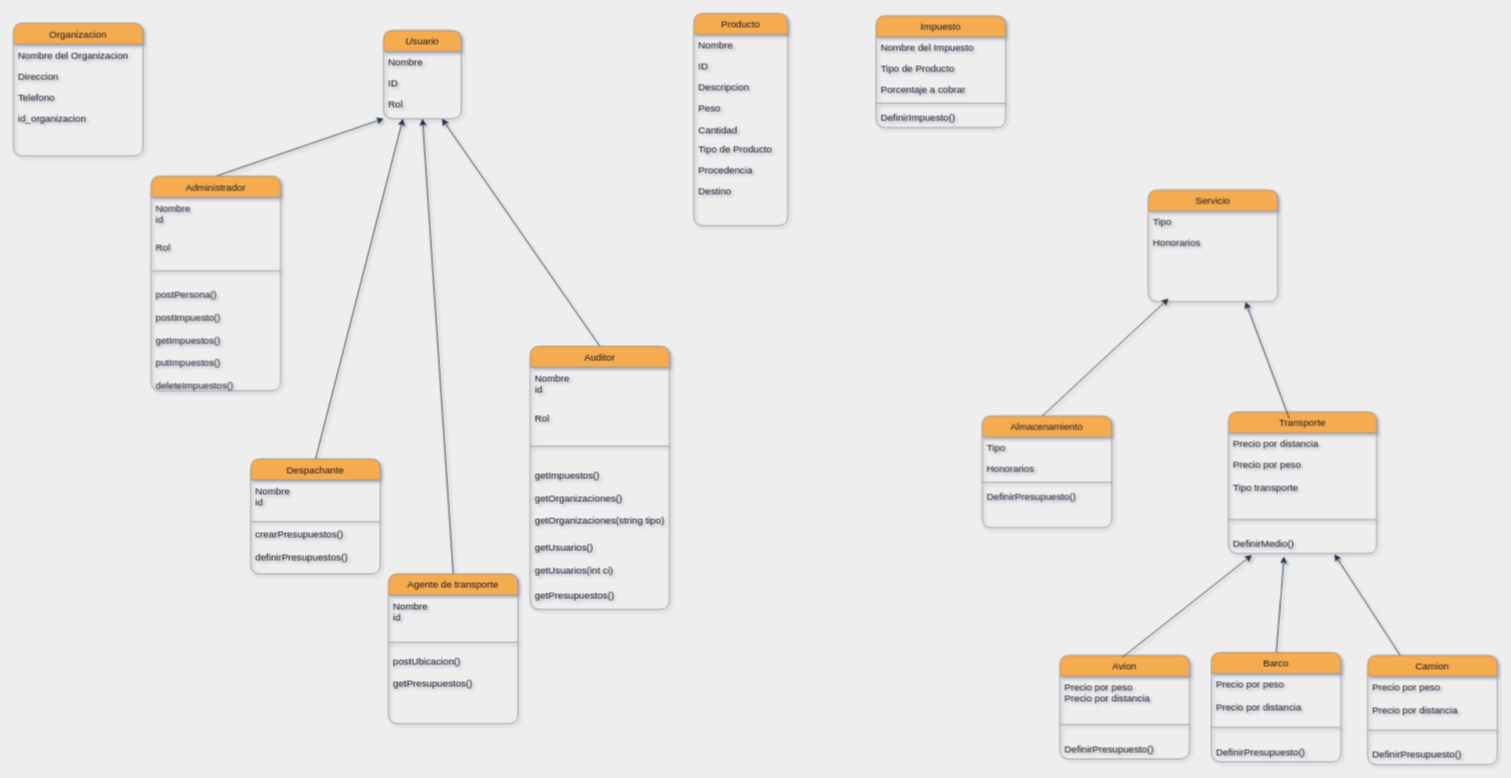
This is Diagrama_de_clases.drawio from LP3kmikristian/TP_ARCE_DOREGO, a draw.io file, before an edit. Source tidied: cells renumbered, new cells numbered last; positions are measured from the earlier drawing's top-left corner, leaving out a move shared by most shapes. Both pictures are drawn from the tidied source at 81%, with x=0, y=0 at pixel (13, 13).
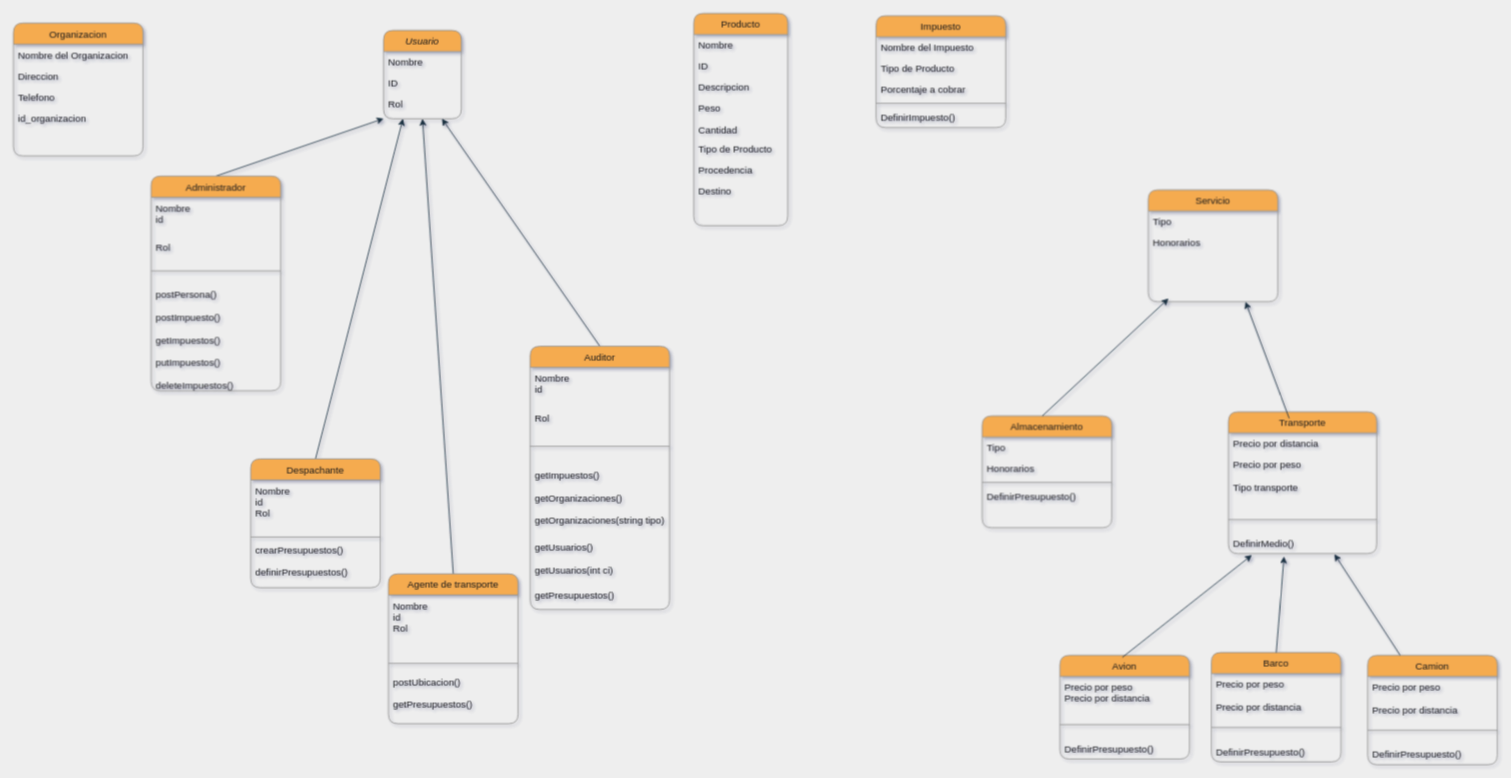
The same diagram, later.

Commit message (it also covers changes not shown here):
diagrama modificado

The change refers to these unchanged cells:
```xml
<mxCell id="41" value="Agente de transporte" style="swimlane;fontStyle=0;align=center;verticalAlign=top;horizontal=1;startSize=26;rounded=1;shadow=0;strokeWidth=1;fillColor=#F5AB50;strokeColor=#909090;fontColor=#1A1A1A;" parent="1" vertex="1">
  <mxGeometry x="463" y="692" width="160" height="185" as="geometry" />
</mxCell>
```

The edit, as a diff of the source:
```diff
@@
     <mxCell id="36" value="Despachante" style="swimlane;fontStyle=0;align=center;verticalAlign=top;horizontal=1;startSize=26;rounded=1;shadow=0;strokeWidth=1;fillColor=#F5AB50;strokeColor=#909090;fontColor=#1A1A1A;" parent="1" vertex="1">
-      <mxGeometry x="293" y="550" width="160" height="142" as="geometry" />
+      <mxGeometry x="293" y="550" width="160" height="159" as="geometry" />
     </mxCell>
-    <mxCell id="37" value="Nombre&#10;id" style="text;align=left;verticalAlign=top;spacingLeft=4;spacingRight=4;overflow=hidden;fontColor=#1A1A1A;rounded=1;" parent="36" vertex="1">
-      <mxGeometry y="26" width="160" height="49" as="geometry" />
+    <mxCell id="37" value="Nombre&#10;id&#10;Rol" style="text;align=left;verticalAlign=top;spacingLeft=4;spacingRight=4;overflow=hidden;fontColor=#1A1A1A;rounded=1;" parent="36" vertex="1">
+      <mxGeometry y="26" width="160" height="68" as="geometry" />
     </mxCell>
     <mxCell id="38" style="line;html=1;strokeWidth=1;align=left;verticalAlign=middle;spacingTop=-1;spacingLeft=3;spacingRight=3;labelPosition=right;fillColor=#F5AB50;strokeColor=#909090;fontColor=#1A1A1A;rounded=1;labelBackgroundColor=#EEEEEE;" parent="36" vertex="1">
-      <mxGeometry y="75" width="160" height="5" as="geometry" />
+      <mxGeometry y="94" width="160" height="5" as="geometry" />
     </mxCell>
     <mxCell id="39" value="crearPresupuestos()&#10;&#10;definirPresupuestos()&#10;" style="text;align=left;verticalAlign=top;spacingLeft=4;spacingRight=4;overflow=hidden;fontColor=#1A1A1A;rounded=1;" parent="36" vertex="1">
-      <mxGeometry y="80" width="160" height="60" as="geometry" />
+      <mxGeometry y="99" width="160" height="60" as="geometry" />
     </mxCell>
@@
-    <mxCell id="42" value="Nombre&#10;id" style="text;align=left;verticalAlign=top;spacingLeft=4;spacingRight=4;overflow=hidden;fontColor=#1A1A1A;rounded=1;" parent="41" vertex="1">
-      <mxGeometry y="26" width="160" height="49" as="geometry" />
+    <mxCell id="42" value="Nombre&#10;id&#10;Rol" style="text;align=left;verticalAlign=top;spacingLeft=4;spacingRight=4;overflow=hidden;fontColor=#1A1A1A;rounded=1;" parent="41" vertex="1">
+      <mxGeometry y="26" width="160" height="75" as="geometry" />
     </mxCell>
     <mxCell id="43" style="line;html=1;strokeWidth=1;align=left;verticalAlign=middle;spacingTop=-1;spacingLeft=3;spacingRight=3;labelPosition=right;fillColor=#F5AB50;strokeColor=#909090;fontColor=#1A1A1A;rounded=1;labelBackgroundColor=#EEEEEE;" parent="41" vertex="1">
-      <mxGeometry y="75" width="160" height="19" as="geometry" />
+      <mxGeometry y="101" width="160" height="19" as="geometry" />
     </mxCell>
     <mxCell id="44" value="postUbicacion()&#10;&#10;getPresupuestos()" style="text;align=left;verticalAlign=top;spacingLeft=4;spacingRight=4;overflow=hidden;fontColor=#1A1A1A;rounded=1;" parent="41" vertex="1">
-      <mxGeometry y="94" width="160" height="60" as="geometry" />
+      <mxGeometry y="120" width="160" height="60" as="geometry" />
     </mxCell>
```
